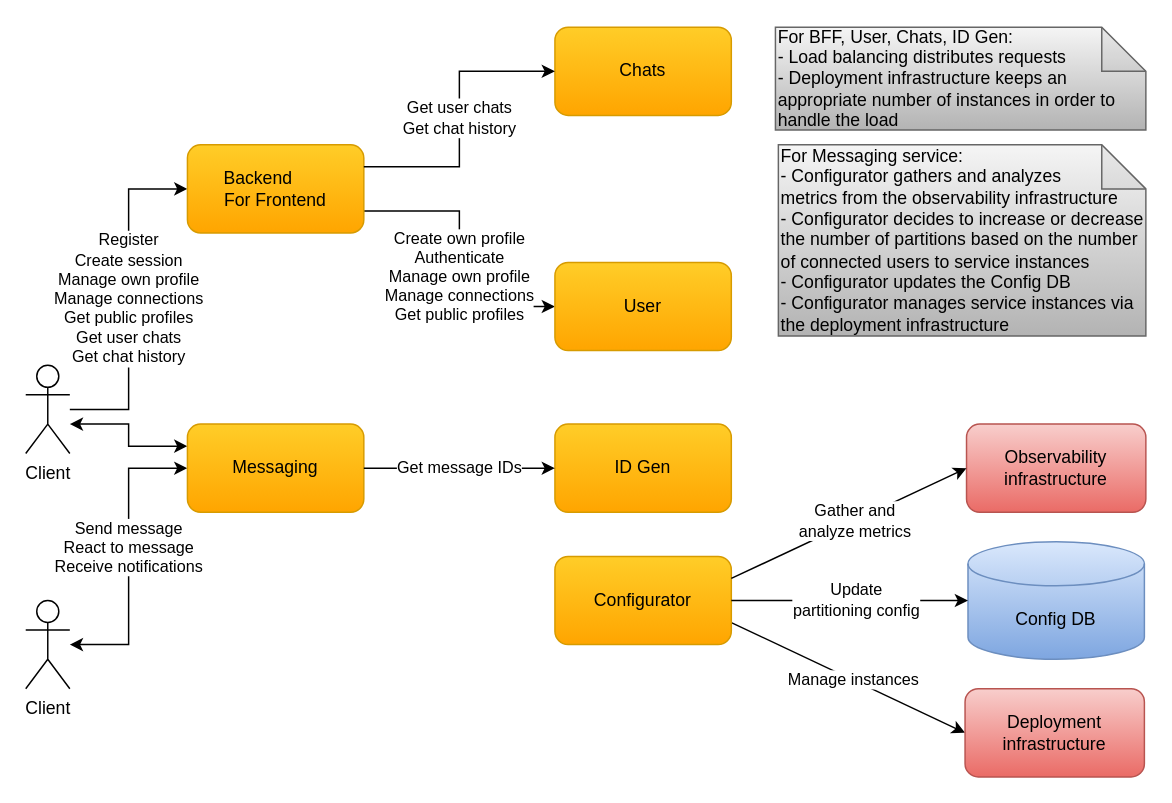
cvetomir-todorov/CecoChat keeps this draw.io diagram as docs/diagrams/cecochat-deployment.drawio. Above is the earlier version. Source tidied: cells renumbered, new cells numbered last; positions are measured from the earlier drawing's top-left corner, leaving out a move shared by most shapes. Both pictures are drawn from the tidied source at 147%, with x=0, y=0 at pixel (25, 26).
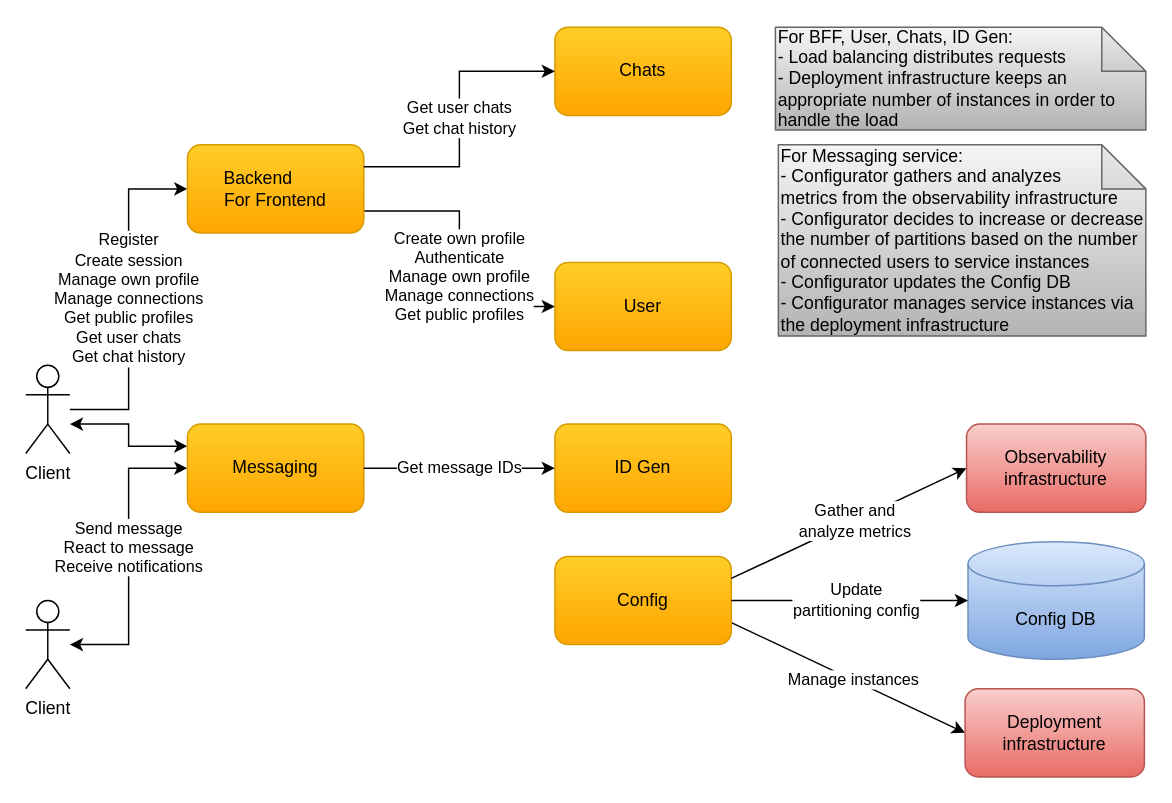
The same page after the edit.

Commit message (it also covers changes not shown here):
Update diagrams regarding changes to the User and Config services

Change to the diagram source:
```diff
@@
-    <mxCell id="11" value="Configurator" style="rounded=1;whiteSpace=wrap;html=1;gradientColor=#ffa500;fillColor=#ffcd28;strokeColor=#d79b00;" parent="1" vertex="1">
+    <mxCell id="11" value="Config" style="rounded=1;whiteSpace=wrap;html=1;gradientColor=#ffa500;fillColor=#ffcd28;strokeColor=#d79b00;" parent="1" vertex="1">
       <mxGeometry x="360" y="360" width="120" height="60" as="geometry" />
     </mxCell>
```
